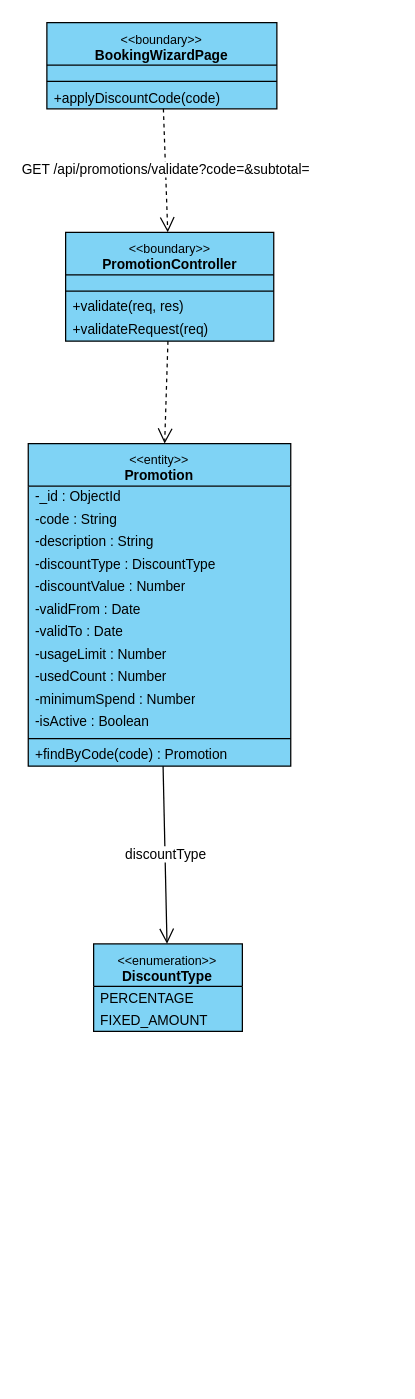
This is final/diagrams/M1_Inventory-And-Pricing_Diagrams/class_diagrams/CD-04_UC-G11_ApplyDiscountCode.drawio from toikobi401/SWD392, a draw.io file, before an edit. Source tidied: cells renumbered, new cells numbered last; positions are measured from the earlier drawing's top-left corner, leaving out a move shared by most shapes. Both pictures are drawn from the tidied source at 125%, with x=0, y=0 at pixel (28, 21).
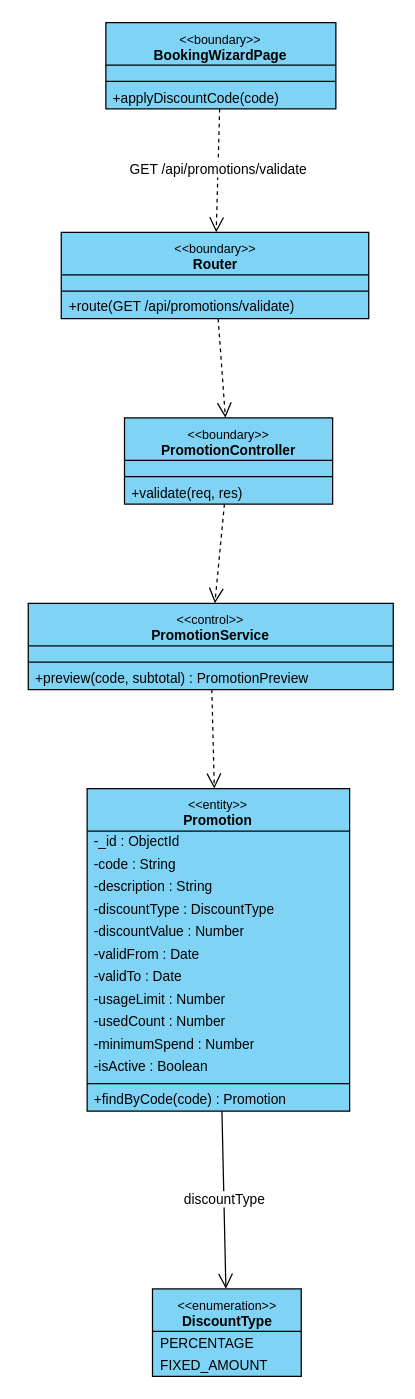
The same diagram, later.

The edit, as a diff of the source:
```diff
@@
     <mxCell id="2" value="&lt;font style=&quot;font-size:10px&quot;&gt;&amp;lt;&amp;lt;boundary&amp;gt;&amp;gt;&lt;/font&gt;&lt;br&gt;&lt;b&gt;BookingWizardPage&lt;/b&gt;" style="swimlane;fontStyle=0;align=center;verticalAlign=top;horizontal=1;startSize=34;html=1;whiteSpace=wrap;fontSize=11;fillColor=#7fd3f5;swimlaneFillColor=#7fd3f5;strokeColor=#000000;" parent="1" vertex="1">
-      <mxGeometry x="15" y="0.5" width="184" height="69" as="geometry" />
+      <mxGeometry x="62.2" y="0.5" width="184" height="69" as="geometry" />
     </mxCell>
@@
+    <mxCell id="31" value="&lt;font style=&quot;font-size:10px&quot;&gt;&amp;lt;&amp;lt;boundary&amp;gt;&amp;gt;&lt;/font&gt;&lt;br&gt;&lt;b&gt;Router&lt;/b&gt;" style="swimlane;fontStyle=0;align=center;verticalAlign=top;horizontal=1;startSize=34;html=1;whiteSpace=wrap;fontSize=11;fillColor=#7fd3f5;swimlaneFillColor=#7fd3f5;strokeColor=#000000;" parent="1" vertex="1">
+      <mxGeometry x="26.5" y="168.4" width="246" height="69" as="geometry" />
+    </mxCell>
+    <mxCell id="32" style="text;strokeColor=none;fillColor=none;html=1;" parent="31" vertex="1">
+      <mxGeometry y="34" width="246" height="9" as="geometry" />
+    </mxCell>
+    <mxCell id="33" style="line;strokeWidth=1;fillColor=none;align=left;verticalAlign=middle;spacingTop=-1;spacingLeft=3;spacingRight=3;labelPosition=right;strokeColor=#000000;" parent="31" vertex="1">
+      <mxGeometry y="43" width="246" height="8" as="geometry" />
+    </mxCell>
+    <mxCell id="34" value="+route(GET /api/promotions/validate)" style="text;strokeColor=none;fillColor=none;align=left;verticalAlign=middle;spacingLeft=4;spacingRight=4;overflow=hidden;whiteSpace=nowrap;html=1;fontSize=11;" parent="31" vertex="1">
+      <mxGeometry y="51" width="246" height="18" as="geometry" />
+    </mxCell>
     <mxCell id="6" value="&lt;font style=&quot;font-size:10px&quot;&gt;&amp;lt;&amp;lt;boundary&amp;gt;&amp;gt;&lt;/font&gt;&lt;br&gt;&lt;b&gt;PromotionController&lt;/b&gt;" style="swimlane;fontStyle=0;align=center;verticalAlign=top;horizontal=1;startSize=34;html=1;whiteSpace=wrap;fontSize=11;fillColor=#7fd3f5;swimlaneFillColor=#7fd3f5;strokeColor=#000000;" parent="1" vertex="1">
-      <mxGeometry x="30" y="168.4" width="166.5" height="87" as="geometry" />
+      <mxGeometry x="77.1" y="316.7" width="166.5" height="69" as="geometry" />
     </mxCell>
@@
-    <mxCell id="10" value="+validateRequest(req)" style="text;strokeColor=none;fillColor=none;align=left;verticalAlign=middle;spacingLeft=4;spacingRight=4;overflow=hidden;whiteSpace=nowrap;html=1;fontSize=11;" parent="6" vertex="1">
-      <mxGeometry y="69" width="166.5" height="18" as="geometry" />
-    </mxCell>
+    <mxCell id="35" value="&lt;font style=&quot;font-size:10px&quot;&gt;&amp;lt;&amp;lt;control&amp;gt;&amp;gt;&lt;/font&gt;&lt;br&gt;&lt;b&gt;PromotionService&lt;/b&gt;" style="swimlane;fontStyle=0;align=center;verticalAlign=top;horizontal=1;startSize=34;html=1;whiteSpace=wrap;fontSize=11;fillColor=#7fd3f5;swimlaneFillColor=#7fd3f5;strokeColor=#000000;" parent="1" vertex="1">
+      <mxGeometry x="0.1" y="465.1" width="292" height="69" as="geometry" />
+    </mxCell>
+    <mxCell id="36" style="text;strokeColor=none;fillColor=none;html=1;" parent="35" vertex="1">
+      <mxGeometry y="34" width="292" height="9" as="geometry" />
+    </mxCell>
+    <mxCell id="37" style="line;strokeWidth=1;fillColor=none;align=left;verticalAlign=middle;spacingTop=-1;spacingLeft=3;spacingRight=3;labelPosition=right;strokeColor=#000000;" parent="35" vertex="1">
+      <mxGeometry y="43" width="292" height="8" as="geometry" />
+    </mxCell>
+    <mxCell id="38" value="+preview(code, subtotal) : PromotionPreview" style="text;strokeColor=none;fillColor=none;align=left;verticalAlign=middle;spacingLeft=4;spacingRight=4;overflow=hidden;whiteSpace=nowrap;html=1;fontSize=11;" parent="35" vertex="1">
+      <mxGeometry y="51" width="292" height="18" as="geometry" />
+    </mxCell>
     <mxCell id="11" value="&lt;font style=&quot;font-size:10px&quot;&gt;&amp;lt;&amp;lt;entity&amp;gt;&amp;gt;&lt;/font&gt;&lt;br&gt;&lt;b&gt;Promotion&lt;/b&gt;" style="swimlane;fontStyle=0;align=center;verticalAlign=top;horizontal=1;startSize=34;html=1;whiteSpace=wrap;fontSize=11;fillColor=#7fd3f5;swimlaneFillColor=#7fd3f5;strokeColor=#000000;" parent="1" vertex="1">
-      <mxGeometry x="0.1" y="337.4" width="210" height="258" as="geometry" />
+      <mxGeometry x="47.2" y="613.4" width="210" height="258" as="geometry" />
     </mxCell>
@@
     <mxCell id="25" value="&lt;font style=&quot;font-size:10px&quot;&gt;&amp;lt;&amp;lt;enumeration&amp;gt;&amp;gt;&lt;/font&gt;&lt;br&gt;&lt;b&gt;DiscountType&lt;/b&gt;" style="swimlane;fontStyle=0;align=center;verticalAlign=top;horizontal=1;startSize=34;html=1;whiteSpace=wrap;fontSize=11;fillColor=#7fd3f5;swimlaneFillColor=#7fd3f5;strokeColor=#000000;" parent="1" vertex="1">
-      <mxGeometry x="52.4" y="737.6" width="119" height="70" as="geometry" />
+      <mxGeometry x="99.5" y="1013.6" width="119" height="70" as="geometry" />
     </mxCell>
@@
-    <mxCell id="28" value="GET /api/promotions/validate?code=&amp;amp;subtotal=" style="html=1;rounded=0;fontSize=11;labelBackgroundColor=#ffffff;dashed=1;endArrow=open;endSize=10;" parent="1" edge="1" source="2" target="6">
+    <mxCell id="28" value="GET /api/promotions/validate" style="html=1;rounded=0;fontSize=11;labelBackgroundColor=#ffffff;dashed=1;endArrow=open;endSize=10;" parent="1" edge="1" source="2" target="31">
       <mxGeometry relative="1" as="geometry" />
     </mxCell>
-    <mxCell id="29" style="html=1;rounded=0;fontSize=11;labelBackgroundColor=#ffffff;dashed=1;endArrow=open;endSize=10;" parent="1" edge="1" source="6" target="11">
+    <mxCell id="29" style="html=1;rounded=0;fontSize=11;labelBackgroundColor=#ffffff;dashed=1;endArrow=open;endSize=10;" parent="1" edge="1" source="31" target="6">
       <mxGeometry relative="1" as="geometry" />
     </mxCell>
-    <mxCell id="30" value="discountType" style="html=1;rounded=0;fontSize=11;labelBackgroundColor=#ffffff;endArrow=open;endSize=10;" parent="1" edge="1" source="11" target="25">
+    <mxCell id="30" style="html=1;rounded=0;fontSize=11;labelBackgroundColor=#ffffff;dashed=1;endArrow=open;endSize=10;" parent="1" edge="1" source="6" target="35">
       <mxGeometry relative="1" as="geometry" />
     </mxCell>
+    <mxCell id="39" style="html=1;rounded=0;fontSize=11;labelBackgroundColor=#ffffff;dashed=1;endArrow=open;endSize=10;" parent="1" edge="1" source="35" target="11">
+      <mxGeometry relative="1" as="geometry" />
+    </mxCell>
+    <mxCell id="40" value="discountType" style="html=1;rounded=0;fontSize=11;labelBackgroundColor=#ffffff;endArrow=open;endSize=10;" parent="1" edge="1" source="11" target="25">
+      <mxGeometry relative="1" as="geometry" />
+    </mxCell>
```
